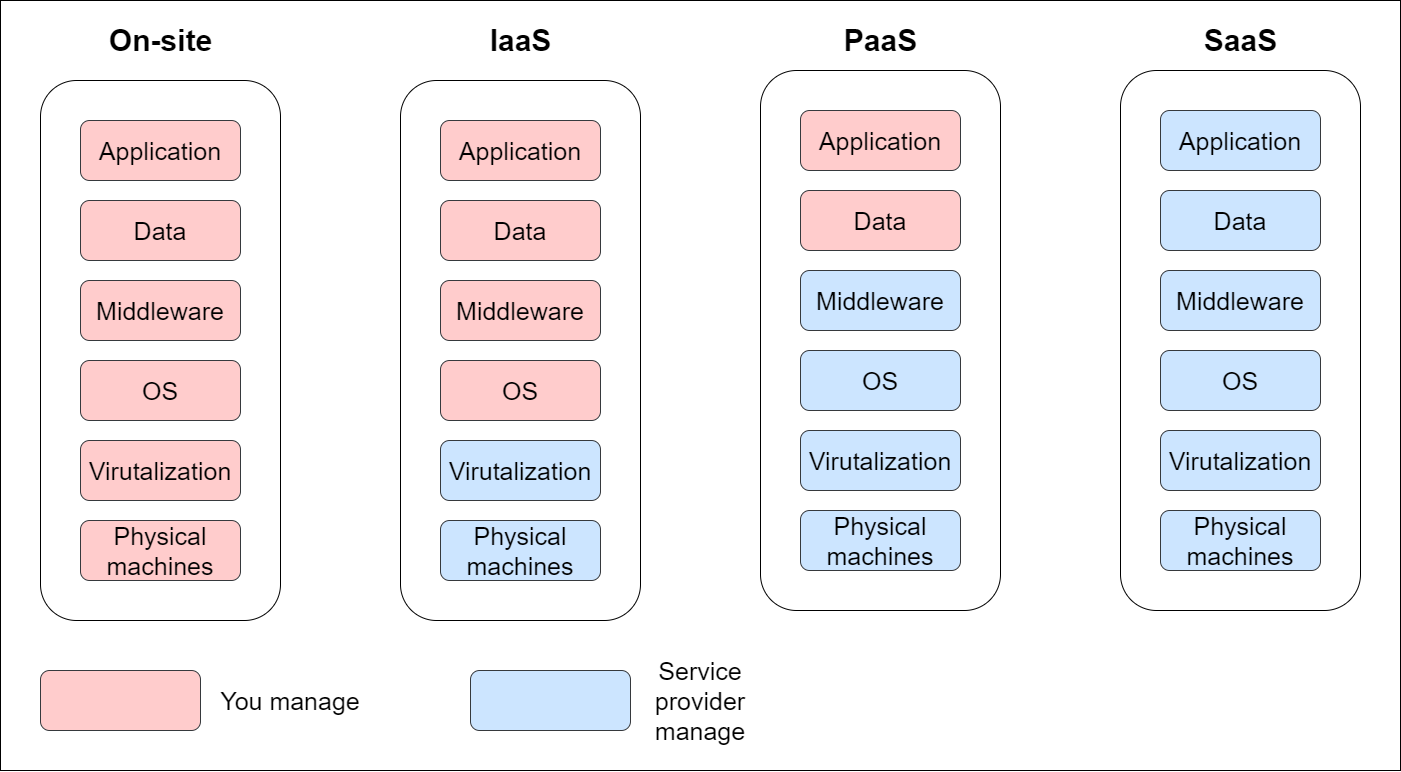
This is lessons/img/cloud/cloud services.png from HealerMikado/panorama_big_data_2021, a draw.io export, as it was before one commit. Source tidied: cells renumbered, new cells last; positions are measured from the earlier drawing's top-left corner, leaving out a move shared by most shapes.
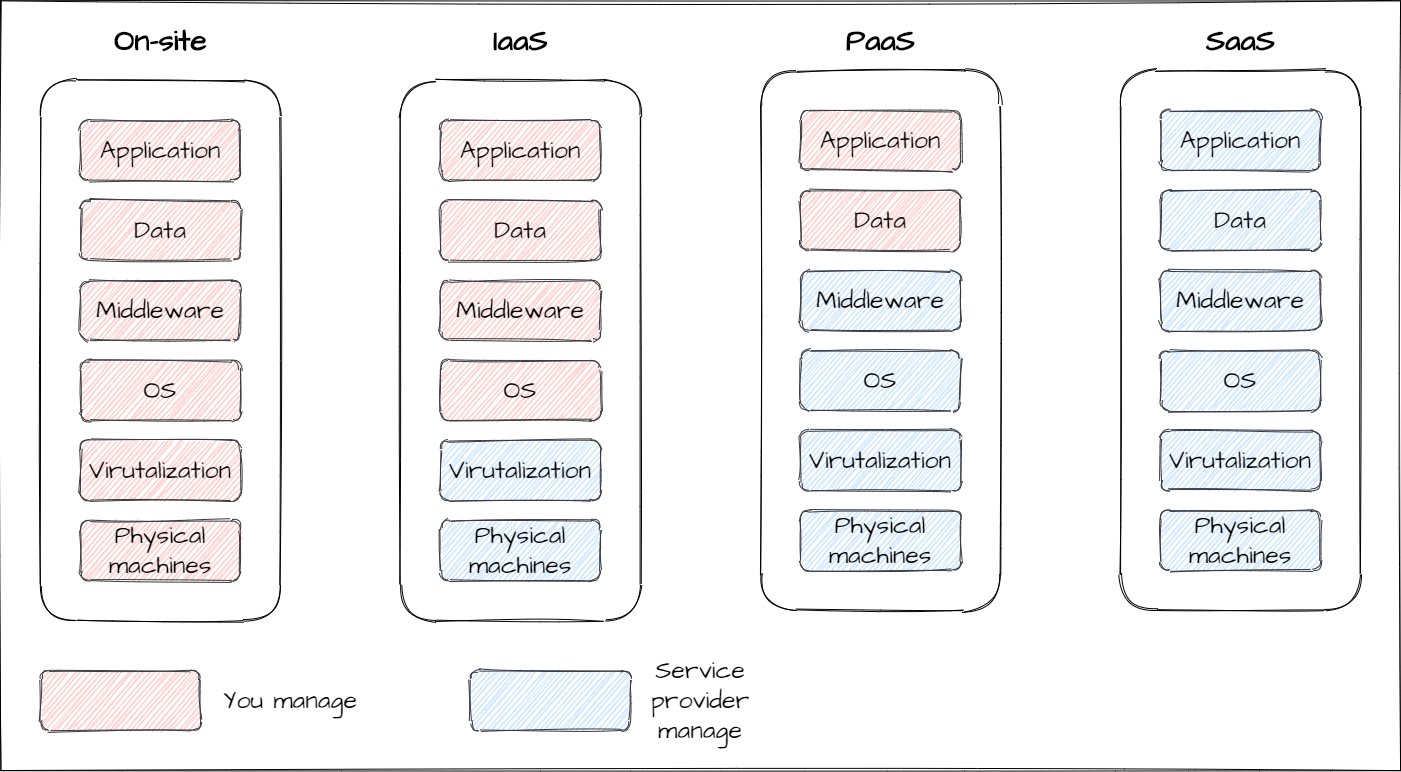
After the change.

Diff of the diagram source:
```diff
@@ -2,115 +2,115 @@
   <root>
     <mxCell id="0" />
     <mxCell id="1" parent="0" />
-    <mxCell id="2" style="rounded=0;whiteSpace=wrap;html=1;fillColor=none;" parent="1" vertex="1">
+    <mxCell id="2" style="rounded=0;whiteSpace=wrap;html=1;fillColor=none;sketch=1;fontFamily=Architects Daughter;" parent="1" vertex="1">
       <mxGeometry width="1400" height="770" as="geometry" />
     </mxCell>
-    <mxCell id="3" style="rounded=1;whiteSpace=wrap;html=1;fillColor=none;" parent="1" vertex="1">
+    <mxCell id="3" style="rounded=1;whiteSpace=wrap;html=1;fillColor=none;sketch=1;fontFamily=Architects Daughter;" parent="1" vertex="1">
       <mxGeometry x="1120" y="70" width="240" height="540" as="geometry" />
     </mxCell>
-    <mxCell id="4" style="rounded=1;whiteSpace=wrap;html=1;fillColor=none;" parent="1" vertex="1">
+    <mxCell id="4" style="rounded=1;whiteSpace=wrap;html=1;fillColor=none;sketch=1;fontFamily=Architects Daughter;" parent="1" vertex="1">
       <mxGeometry x="760" y="70" width="240" height="540" as="geometry" />
     </mxCell>
-    <mxCell id="5" style="rounded=1;whiteSpace=wrap;html=1;fillColor=none;" parent="1" vertex="1">
+    <mxCell id="5" style="rounded=1;whiteSpace=wrap;html=1;fillColor=none;sketch=1;fontFamily=Architects Daughter;" parent="1" vertex="1">
       <mxGeometry x="400" y="80" width="240" height="540" as="geometry" />
     </mxCell>
-    <mxCell id="6" style="rounded=1;whiteSpace=wrap;html=1;fillColor=none;" parent="1" vertex="1">
+    <mxCell id="6" style="rounded=1;whiteSpace=wrap;html=1;fillColor=none;sketch=1;fontFamily=Architects Daughter;" parent="1" vertex="1">
       <mxGeometry x="40" y="80" width="240" height="540" as="geometry" />
     </mxCell>
-    <mxCell id="7" value="&lt;font style=&quot;font-size: 25px&quot;&gt;Physical machines&lt;/font&gt;" style="rounded=1;whiteSpace=wrap;html=1;fillColor=#ffcccc;strokeColor=#36393d;" parent="1" vertex="1">
+    <mxCell id="7" value="&lt;font style=&quot;font-size: 25px&quot;&gt;Physical machines&lt;/font&gt;" style="rounded=1;whiteSpace=wrap;html=1;fillColor=#ffcccc;strokeColor=#36393d;sketch=1;fontFamily=Architects Daughter;" parent="1" vertex="1">
       <mxGeometry x="80" y="520" width="160" height="60" as="geometry" />
     </mxCell>
-    <mxCell id="8" value="&lt;font style=&quot;font-size: 25px&quot;&gt;Virutalization&lt;/font&gt;" style="rounded=1;whiteSpace=wrap;html=1;fillColor=#ffcccc;strokeColor=#36393d;" parent="1" vertex="1">
+    <mxCell id="8" value="&lt;font style=&quot;font-size: 25px&quot;&gt;Virutalization&lt;/font&gt;" style="rounded=1;whiteSpace=wrap;html=1;fillColor=#ffcccc;strokeColor=#36393d;sketch=1;fontFamily=Architects Daughter;" parent="1" vertex="1">
       <mxGeometry x="80" y="440" width="160" height="60" as="geometry" />
     </mxCell>
-    <mxCell id="9" value="&lt;font style=&quot;font-size: 25px&quot;&gt;OS&lt;/font&gt;" style="rounded=1;whiteSpace=wrap;html=1;fillColor=#ffcccc;strokeColor=#36393d;" parent="1" vertex="1">
+    <mxCell id="9" value="&lt;font style=&quot;font-size: 25px&quot;&gt;OS&lt;/font&gt;" style="rounded=1;whiteSpace=wrap;html=1;fillColor=#ffcccc;strokeColor=#36393d;sketch=1;fontFamily=Architects Daughter;" parent="1" vertex="1">
       <mxGeometry x="80" y="360" width="160" height="60" as="geometry" />
     </mxCell>
-    <mxCell id="10" value="&lt;font style=&quot;font-size: 25px&quot;&gt;Middleware&lt;/font&gt;" style="rounded=1;whiteSpace=wrap;html=1;fillColor=#ffcccc;strokeColor=#36393d;" parent="1" vertex="1">
+    <mxCell id="10" value="&lt;font style=&quot;font-size: 25px&quot;&gt;Middleware&lt;/font&gt;" style="rounded=1;whiteSpace=wrap;html=1;fillColor=#ffcccc;strokeColor=#36393d;sketch=1;fontFamily=Architects Daughter;" parent="1" vertex="1">
       <mxGeometry x="80" y="280" width="160" height="60" as="geometry" />
     </mxCell>
-    <mxCell id="11" value="&lt;font style=&quot;font-size: 25px&quot;&gt;Data&lt;/font&gt;" style="rounded=1;whiteSpace=wrap;html=1;fillColor=#ffcccc;strokeColor=#36393d;" parent="1" vertex="1">
+    <mxCell id="11" value="&lt;font style=&quot;font-size: 25px&quot;&gt;Data&lt;/font&gt;" style="rounded=1;whiteSpace=wrap;html=1;fillColor=#ffcccc;strokeColor=#36393d;sketch=1;fontFamily=Architects Daughter;" parent="1" vertex="1">
       <mxGeometry x="80" y="200" width="160" height="60" as="geometry" />
     </mxCell>
-    <mxCell id="12" value="&lt;font style=&quot;font-size: 25px&quot;&gt;Application&lt;/font&gt;" style="rounded=1;whiteSpace=wrap;html=1;fillColor=#ffcccc;strokeColor=#36393d;" parent="1" vertex="1">
+    <mxCell id="12" value="&lt;font style=&quot;font-size: 25px&quot;&gt;Application&lt;/font&gt;" style="rounded=1;whiteSpace=wrap;html=1;fillColor=#ffcccc;strokeColor=#36393d;sketch=1;fontFamily=Architects Daughter;" parent="1" vertex="1">
       <mxGeometry x="80" y="120" width="160" height="60" as="geometry" />
     </mxCell>
-    <mxCell id="13" value="&lt;font style=&quot;font-size: 25px&quot;&gt;Physical machines&lt;/font&gt;" style="rounded=1;whiteSpace=wrap;html=1;fillColor=#cce5ff;strokeColor=#36393d;" parent="1" vertex="1">
+    <mxCell id="13" value="&lt;font style=&quot;font-size: 25px&quot;&gt;Physical machines&lt;/font&gt;" style="rounded=1;whiteSpace=wrap;html=1;fillColor=#cce5ff;strokeColor=#36393d;sketch=1;fontFamily=Architects Daughter;" parent="1" vertex="1">
       <mxGeometry x="440" y="520" width="160" height="60" as="geometry" />
     </mxCell>
-    <mxCell id="14" value="&lt;font style=&quot;font-size: 25px&quot;&gt;Virutalization&lt;/font&gt;" style="rounded=1;whiteSpace=wrap;html=1;fillColor=#cce5ff;strokeColor=#36393d;" parent="1" vertex="1">
+    <mxCell id="14" value="&lt;font style=&quot;font-size: 25px&quot;&gt;Virutalization&lt;/font&gt;" style="rounded=1;whiteSpace=wrap;html=1;fillColor=#cce5ff;strokeColor=#36393d;sketch=1;fontFamily=Architects Daughter;" parent="1" vertex="1">
       <mxGeometry x="440" y="440" width="160" height="60" as="geometry" />
     </mxCell>
-    <mxCell id="15" value="&lt;font style=&quot;font-size: 25px&quot;&gt;OS&lt;/font&gt;" style="rounded=1;whiteSpace=wrap;html=1;fillColor=#ffcccc;strokeColor=#36393d;" parent="1" vertex="1">
+    <mxCell id="15" value="&lt;font style=&quot;font-size: 25px&quot;&gt;OS&lt;/font&gt;" style="rounded=1;whiteSpace=wrap;html=1;fillColor=#ffcccc;strokeColor=#36393d;sketch=1;fontFamily=Architects Daughter;" parent="1" vertex="1">
       <mxGeometry x="440" y="360" width="160" height="60" as="geometry" />
     </mxCell>
-    <mxCell id="16" value="&lt;font style=&quot;font-size: 25px&quot;&gt;Middleware&lt;/font&gt;" style="rounded=1;whiteSpace=wrap;html=1;fillColor=#ffcccc;strokeColor=#36393d;" parent="1" vertex="1">
+    <mxCell id="16" value="&lt;font style=&quot;font-size: 25px&quot;&gt;Middleware&lt;/font&gt;" style="rounded=1;whiteSpace=wrap;html=1;fillColor=#ffcccc;strokeColor=#36393d;sketch=1;fontFamily=Architects Daughter;" parent="1" vertex="1">
       <mxGeometry x="440" y="280" width="160" height="60" as="geometry" />
     </mxCell>
-    <mxCell id="17" value="&lt;font style=&quot;font-size: 25px&quot;&gt;Data&lt;/font&gt;" style="rounded=1;whiteSpace=wrap;html=1;fillColor=#ffcccc;strokeColor=#36393d;" parent="1" vertex="1">
+    <mxCell id="17" value="&lt;font style=&quot;font-size: 25px&quot;&gt;Data&lt;/font&gt;" style="rounded=1;whiteSpace=wrap;html=1;fillColor=#ffcccc;strokeColor=#36393d;sketch=1;fontFamily=Architects Daughter;" parent="1" vertex="1">
       <mxGeometry x="440" y="200" width="160" height="60" as="geometry" />
     </mxCell>
-    <mxCell id="18" value="&lt;font style=&quot;font-size: 25px&quot;&gt;Application&lt;/font&gt;" style="rounded=1;whiteSpace=wrap;html=1;fillColor=#ffcccc;strokeColor=#36393d;" parent="1" vertex="1">
+    <mxCell id="18" value="&lt;font style=&quot;font-size: 25px&quot;&gt;Application&lt;/font&gt;" style="rounded=1;whiteSpace=wrap;html=1;fillColor=#ffcccc;strokeColor=#36393d;sketch=1;fontFamily=Architects Daughter;" parent="1" vertex="1">
       <mxGeometry x="440" y="120" width="160" height="60" as="geometry" />
     </mxCell>
-    <mxCell id="19" value="&lt;font style=&quot;font-size: 25px&quot;&gt;Physical machines&lt;/font&gt;" style="rounded=1;whiteSpace=wrap;html=1;fillColor=#cce5ff;strokeColor=#36393d;" parent="1" vertex="1">
+    <mxCell id="19" value="&lt;font style=&quot;font-size: 25px&quot;&gt;Physical machines&lt;/font&gt;" style="rounded=1;whiteSpace=wrap;html=1;fillColor=#cce5ff;strokeColor=#36393d;sketch=1;fontFamily=Architects Daughter;" parent="1" vertex="1">
       <mxGeometry x="800" y="510" width="160" height="60" as="geometry" />
     </mxCell>
-    <mxCell id="20" value="&lt;font style=&quot;font-size: 25px&quot;&gt;Virutalization&lt;/font&gt;" style="rounded=1;whiteSpace=wrap;html=1;fillColor=#cce5ff;strokeColor=#36393d;" parent="1" vertex="1">
+    <mxCell id="20" value="&lt;font style=&quot;font-size: 25px&quot;&gt;Virutalization&lt;/font&gt;" style="rounded=1;whiteSpace=wrap;html=1;fillColor=#cce5ff;strokeColor=#36393d;sketch=1;fontFamily=Architects Daughter;" parent="1" vertex="1">
       <mxGeometry x="800" y="430" width="160" height="60" as="geometry" />
     </mxCell>
-    <mxCell id="21" value="&lt;font style=&quot;font-size: 25px&quot;&gt;OS&lt;/font&gt;" style="rounded=1;whiteSpace=wrap;html=1;fillColor=#cce5ff;strokeColor=#36393d;" parent="1" vertex="1">
+    <mxCell id="21" value="&lt;font style=&quot;font-size: 25px&quot;&gt;OS&lt;/font&gt;" style="rounded=1;whiteSpace=wrap;html=1;fillColor=#cce5ff;strokeColor=#36393d;sketch=1;fontFamily=Architects Daughter;" parent="1" vertex="1">
       <mxGeometry x="800" y="350" width="160" height="60" as="geometry" />
     </mxCell>
-    <mxCell id="22" value="&lt;font style=&quot;font-size: 25px&quot;&gt;Middleware&lt;/font&gt;" style="rounded=1;whiteSpace=wrap;html=1;fillColor=#cce5ff;strokeColor=#36393d;" parent="1" vertex="1">
+    <mxCell id="22" value="&lt;font style=&quot;font-size: 25px&quot;&gt;Middleware&lt;/font&gt;" style="rounded=1;whiteSpace=wrap;html=1;fillColor=#cce5ff;strokeColor=#36393d;sketch=1;fontFamily=Architects Daughter;" parent="1" vertex="1">
       <mxGeometry x="800" y="270" width="160" height="60" as="geometry" />
     </mxCell>
-    <mxCell id="23" value="&lt;font style=&quot;font-size: 25px&quot;&gt;Data&lt;/font&gt;" style="rounded=1;whiteSpace=wrap;html=1;fillColor=#ffcccc;strokeColor=#36393d;" parent="1" vertex="1">
+    <mxCell id="23" value="&lt;font style=&quot;font-size: 25px&quot;&gt;Data&lt;/font&gt;" style="rounded=1;whiteSpace=wrap;html=1;fillColor=#ffcccc;strokeColor=#36393d;sketch=1;fontFamily=Architects Daughter;" parent="1" vertex="1">
       <mxGeometry x="800" y="190" width="160" height="60" as="geometry" />
     </mxCell>
-    <mxCell id="24" value="&lt;font style=&quot;font-size: 25px&quot;&gt;Application&lt;/font&gt;" style="rounded=1;whiteSpace=wrap;html=1;fillColor=#ffcccc;strokeColor=#36393d;" parent="1" vertex="1">
+    <mxCell id="24" value="&lt;font style=&quot;font-size: 25px&quot;&gt;Application&lt;/font&gt;" style="rounded=1;whiteSpace=wrap;html=1;fillColor=#ffcccc;strokeColor=#36393d;sketch=1;fontFamily=Architects Daughter;" parent="1" vertex="1">
       <mxGeometry x="800" y="110" width="160" height="60" as="geometry" />
     </mxCell>
-    <mxCell id="25" value="&lt;font style=&quot;font-size: 25px&quot;&gt;Physical machines&lt;/font&gt;" style="rounded=1;whiteSpace=wrap;html=1;fillColor=#cce5ff;strokeColor=#36393d;" parent="1" vertex="1">
+    <mxCell id="25" value="&lt;font style=&quot;font-size: 25px&quot;&gt;Physical machines&lt;/font&gt;" style="rounded=1;whiteSpace=wrap;html=1;fillColor=#cce5ff;strokeColor=#36393d;sketch=1;fontFamily=Architects Daughter;" parent="1" vertex="1">
       <mxGeometry x="1160" y="510" width="160" height="60" as="geometry" />
     </mxCell>
-    <mxCell id="26" value="&lt;font style=&quot;font-size: 25px&quot;&gt;Virutalization&lt;/font&gt;" style="rounded=1;whiteSpace=wrap;html=1;fillColor=#cce5ff;strokeColor=#36393d;" parent="1" vertex="1">
+    <mxCell id="26" value="&lt;font style=&quot;font-size: 25px&quot;&gt;Virutalization&lt;/font&gt;" style="rounded=1;whiteSpace=wrap;html=1;fillColor=#cce5ff;strokeColor=#36393d;sketch=1;fontFamily=Architects Daughter;" parent="1" vertex="1">
       <mxGeometry x="1160" y="430" width="160" height="60" as="geometry" />
     </mxCell>
-    <mxCell id="27" value="&lt;font style=&quot;font-size: 25px&quot;&gt;OS&lt;/font&gt;" style="rounded=1;whiteSpace=wrap;html=1;fillColor=#cce5ff;strokeColor=#36393d;" parent="1" vertex="1">
+    <mxCell id="27" value="&lt;font style=&quot;font-size: 25px&quot;&gt;OS&lt;/font&gt;" style="rounded=1;whiteSpace=wrap;html=1;fillColor=#cce5ff;strokeColor=#36393d;sketch=1;fontFamily=Architects Daughter;" parent="1" vertex="1">
       <mxGeometry x="1160" y="350" width="160" height="60" as="geometry" />
     </mxCell>
-    <mxCell id="28" value="&lt;font style=&quot;font-size: 25px&quot;&gt;Middleware&lt;/font&gt;" style="rounded=1;whiteSpace=wrap;html=1;fillColor=#cce5ff;strokeColor=#36393d;" parent="1" vertex="1">
+    <mxCell id="28" value="&lt;font style=&quot;font-size: 25px&quot;&gt;Middleware&lt;/font&gt;" style="rounded=1;whiteSpace=wrap;html=1;fillColor=#cce5ff;strokeColor=#36393d;sketch=1;fontFamily=Architects Daughter;" parent="1" vertex="1">
       <mxGeometry x="1160" y="270" width="160" height="60" as="geometry" />
     </mxCell>
-    <mxCell id="29" value="&lt;font style=&quot;font-size: 25px&quot;&gt;Data&lt;/font&gt;" style="rounded=1;whiteSpace=wrap;html=1;fillColor=#cce5ff;strokeColor=#36393d;" parent="1" vertex="1">
+    <mxCell id="29" value="&lt;font style=&quot;font-size: 25px&quot;&gt;Data&lt;/font&gt;" style="rounded=1;whiteSpace=wrap;html=1;fillColor=#cce5ff;strokeColor=#36393d;sketch=1;fontFamily=Architects Daughter;" parent="1" vertex="1">
       <mxGeometry x="1160" y="190" width="160" height="60" as="geometry" />
     </mxCell>
-    <mxCell id="30" value="&lt;font style=&quot;font-size: 25px&quot;&gt;Application&lt;/font&gt;" style="rounded=1;whiteSpace=wrap;html=1;fillColor=#cce5ff;strokeColor=#36393d;" parent="1" vertex="1">
+    <mxCell id="30" value="&lt;font style=&quot;font-size: 25px&quot;&gt;Application&lt;/font&gt;" style="rounded=1;whiteSpace=wrap;html=1;fillColor=#cce5ff;strokeColor=#36393d;sketch=1;fontFamily=Architects Daughter;" parent="1" vertex="1">
       <mxGeometry x="1160" y="110" width="160" height="60" as="geometry" />
     </mxCell>
-    <mxCell id="31" style="rounded=1;whiteSpace=wrap;html=1;fillColor=#ffcccc;strokeColor=#36393d;" parent="1" vertex="1">
+    <mxCell id="31" style="rounded=1;whiteSpace=wrap;html=1;fillColor=#ffcccc;strokeColor=#36393d;sketch=1;fontFamily=Architects Daughter;" parent="1" vertex="1">
       <mxGeometry x="40" y="670" width="160" height="60" as="geometry" />
     </mxCell>
-    <mxCell id="32" value="&lt;font style=&quot;font-size: 25px&quot;&gt;You manage&lt;/font&gt;" style="text;html=1;strokeColor=none;fillColor=none;align=center;verticalAlign=middle;whiteSpace=wrap;rounded=0;" parent="1" vertex="1">
+    <mxCell id="32" value="&lt;font style=&quot;font-size: 25px&quot;&gt;You manage&lt;/font&gt;" style="text;html=1;strokeColor=none;fillColor=none;align=center;verticalAlign=middle;whiteSpace=wrap;rounded=0;sketch=1;fontFamily=Architects Daughter;" parent="1" vertex="1">
       <mxGeometry x="200" y="680" width="180" height="40" as="geometry" />
     </mxCell>
-    <mxCell id="33" style="rounded=1;whiteSpace=wrap;html=1;fillColor=#cce5ff;strokeColor=#36393d;" parent="1" vertex="1">
+    <mxCell id="33" style="rounded=1;whiteSpace=wrap;html=1;fillColor=#cce5ff;strokeColor=#36393d;sketch=1;fontFamily=Architects Daughter;" parent="1" vertex="1">
       <mxGeometry x="470" y="670" width="160" height="60" as="geometry" />
     </mxCell>
-    <mxCell id="34" value="&lt;font style=&quot;font-size: 25px&quot;&gt;Service provider manage&lt;/font&gt;" style="text;html=1;strokeColor=none;fillColor=none;align=center;verticalAlign=middle;whiteSpace=wrap;rounded=0;" parent="1" vertex="1">
+    <mxCell id="34" value="&lt;font style=&quot;font-size: 25px&quot;&gt;Service provider manage&lt;/font&gt;" style="text;html=1;strokeColor=none;fillColor=none;align=center;verticalAlign=middle;whiteSpace=wrap;rounded=0;sketch=1;fontFamily=Architects Daughter;" parent="1" vertex="1">
       <mxGeometry x="610" y="645" width="180" height="110" as="geometry" />
     </mxCell>
-    <mxCell id="35" value="&lt;font style=&quot;font-size: 30px&quot;&gt;On-site&lt;/font&gt;" style="text;strokeColor=none;fillColor=none;html=1;fontSize=24;fontStyle=1;verticalAlign=middle;align=center;" parent="1" vertex="1">
+    <mxCell id="35" value="&lt;font style=&quot;font-size: 30px&quot;&gt;On-site&lt;/font&gt;" style="text;strokeColor=none;fillColor=none;html=1;fontSize=24;fontStyle=1;verticalAlign=middle;align=center;sketch=1;fontFamily=Architects Daughter;" parent="1" vertex="1">
       <mxGeometry x="110" y="20" width="100" height="40" as="geometry" />
     </mxCell>
-    <mxCell id="36" value="&lt;font style=&quot;font-size: 30px&quot;&gt;IaaS&lt;/font&gt;" style="text;strokeColor=none;fillColor=none;html=1;fontSize=24;fontStyle=1;verticalAlign=middle;align=center;" parent="1" vertex="1">
+    <mxCell id="36" value="&lt;font style=&quot;font-size: 30px&quot;&gt;IaaS&lt;/font&gt;" style="text;strokeColor=none;fillColor=none;html=1;fontSize=24;fontStyle=1;verticalAlign=middle;align=center;sketch=1;fontFamily=Architects Daughter;" parent="1" vertex="1">
       <mxGeometry x="470" y="20" width="100" height="40" as="geometry" />
     </mxCell>
-    <mxCell id="37" value="&lt;font style=&quot;font-size: 30px&quot;&gt;PaaS&lt;/font&gt;" style="text;strokeColor=none;fillColor=none;html=1;fontSize=24;fontStyle=1;verticalAlign=middle;align=center;" parent="1" vertex="1">
+    <mxCell id="37" value="&lt;font style=&quot;font-size: 30px&quot;&gt;PaaS&lt;/font&gt;" style="text;strokeColor=none;fillColor=none;html=1;fontSize=24;fontStyle=1;verticalAlign=middle;align=center;sketch=1;fontFamily=Architects Daughter;" parent="1" vertex="1">
       <mxGeometry x="830" y="20" width="100" height="40" as="geometry" />
     </mxCell>
-    <mxCell id="38" value="&lt;font style=&quot;font-size: 30px&quot;&gt;SaaS&lt;/font&gt;" style="text;strokeColor=none;fillColor=none;html=1;fontSize=24;fontStyle=1;verticalAlign=middle;align=center;" parent="1" vertex="1">
+    <mxCell id="38" value="&lt;font style=&quot;font-size: 30px&quot;&gt;SaaS&lt;/font&gt;" style="text;strokeColor=none;fillColor=none;html=1;fontSize=24;fontStyle=1;verticalAlign=middle;align=center;sketch=1;fontFamily=Architects Daughter;" parent="1" vertex="1">
       <mxGeometry x="1190" y="20" width="100" height="40" as="geometry" />
     </mxCell>
   </root>
```
